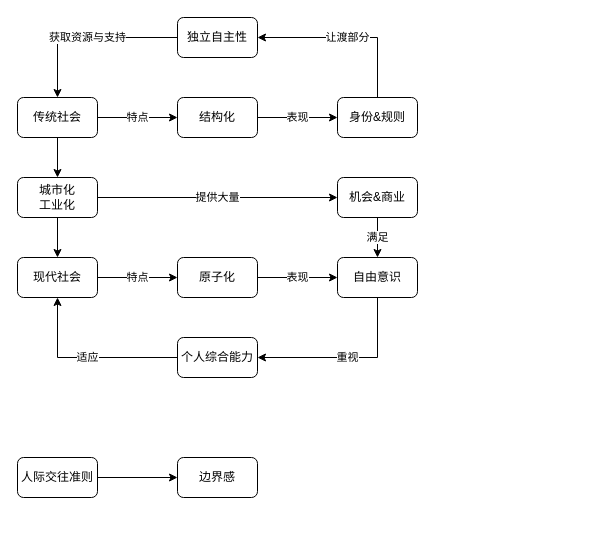
This is relationship.drawio from youyusan/relationship, a draw.io file, before an edit. Source tidied: cells renumbered, new cells numbered last; positions are measured from the earlier drawing's top-left corner, leaving out a move shared by most shapes. Both pictures are drawn from the tidied source at 100%, with x=0, y=0 at pixel (17, 17).
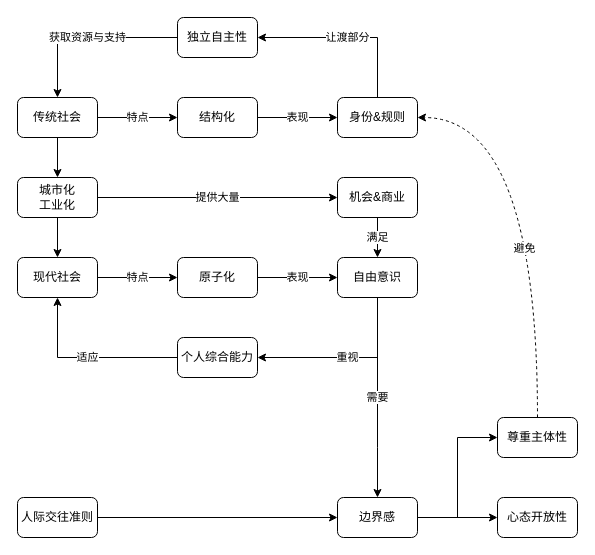
Above is the later version.

Unchanged cells that the change refers to:
```xml
<mxCell id="11" value="身份&amp;amp;规则" style="rounded=1;whiteSpace=wrap;html=1;" parent="1" vertex="1">
  <mxGeometry x="320" y="80" width="80" height="40" as="geometry" />
</mxCell>
<mxCell id="19" value="自由意识" style="rounded=1;whiteSpace=wrap;html=1;" parent="1" vertex="1">
  <mxGeometry x="320" y="240" width="80" height="40" as="geometry" />
</mxCell>
```

Diff of the diagram source:
```diff
@@
     <mxCell id="3" value="人际交往准则" style="rounded=1;whiteSpace=wrap;html=1;" parent="1" vertex="1">
-      <mxGeometry y="440" width="80" height="40" as="geometry" />
+      <mxGeometry y="480" width="80" height="40" as="geometry" />
     </mxCell>
+    <mxCell id="27" style="edgeStyle=orthogonalEdgeStyle;rounded=0;jettySize=auto;html=1;entryX=0;entryY=0.5;entryDx=0;entryDy=0;" parent="1" edge="1" source="4" target="32">
+      <mxGeometry relative="1" as="geometry" />
+    </mxCell>
+    <mxCell id="28" style="edgeStyle=orthogonalEdgeStyle;rounded=0;jettySize=auto;html=1;" parent="1" edge="1" source="4" target="33">
+      <mxGeometry relative="1" as="geometry" />
+    </mxCell>
     <mxCell id="4" value="边界感" style="rounded=1;whiteSpace=wrap;html=1;" parent="1" vertex="1">
-      <mxGeometry x="160" y="440" width="80" height="40" as="geometry" />
+      <mxGeometry x="320" y="480" width="80" height="40" as="geometry" />
     </mxCell>
@@
+    <mxCell id="29" value="需要" style="edgeStyle=orthogonalEdgeStyle;rounded=0;jettySize=auto;html=1;curved=1;" parent="1" edge="1" source="19" target="4">
+      <mxGeometry relative="1" as="geometry">
+        <Array as="points">
+          <mxPoint x="360" y="390" />
+          <mxPoint x="360" y="390" />
+        </Array>
+      </mxGeometry>
+    </mxCell>
@@
+    <mxCell id="30" style="edgeStyle=orthogonalEdgeStyle;rounded=0;jettySize=auto;html=1;entryX=1;entryY=0.5;entryDx=0;entryDy=0;curved=1;strokeColor=default;dashed=1;" parent="1" edge="1" source="32" target="11">
+      <mxGeometry relative="1" as="geometry">
+        <Array as="points">
+          <mxPoint x="520" y="100" />
+        </Array>
+      </mxGeometry>
+    </mxCell>
+    <mxCell id="31" value="避免" style="edgeLabel;html=1;align=center;verticalAlign=middle;" parent="30" vertex="1">
+      <mxGeometry x="-0.19" y="14" relative="1" as="geometry" />
+    </mxCell>
+    <mxCell id="32" value="尊重主体性" style="rounded=1;whiteSpace=wrap;html=1;" parent="1" vertex="1">
+      <mxGeometry x="480" y="400" width="80" height="40" as="geometry" />
+    </mxCell>
+    <mxCell id="33" value="心态开放性" style="rounded=1;whiteSpace=wrap;html=1;" parent="1" vertex="1">
+      <mxGeometry x="480" y="480" width="80" height="40" as="geometry" />
+    </mxCell>
```
